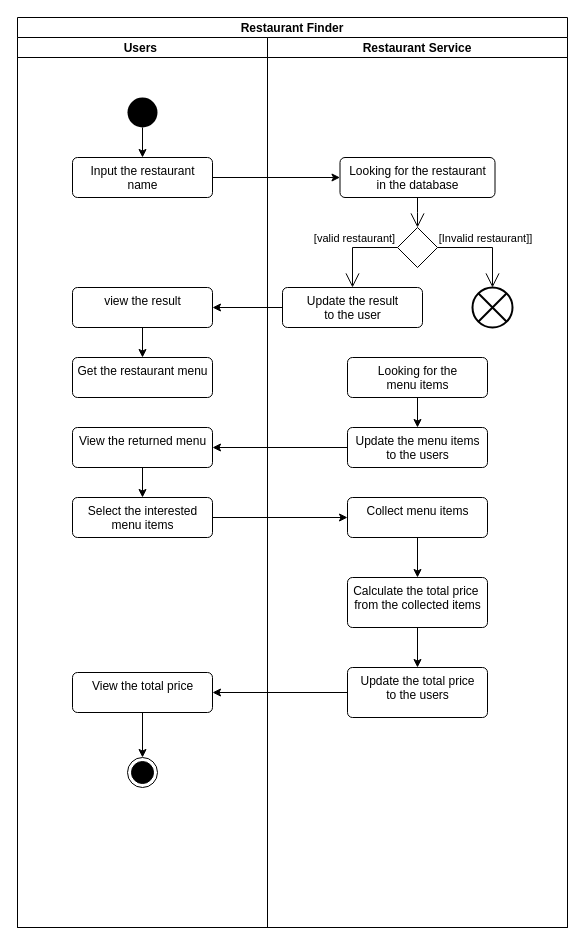
This is Activity Diagram - Restaurant finder.drawio from upgrad-edu/Courses, a draw.io file, before an edit. Source tidied: cells renumbered, new cells numbered last; positions are measured from the earlier drawing's top-left corner, leaving out a move shared by most shapes. Both pictures are drawn from the tidied source at 100%, with x=0, y=0 at pixel (17, 17).
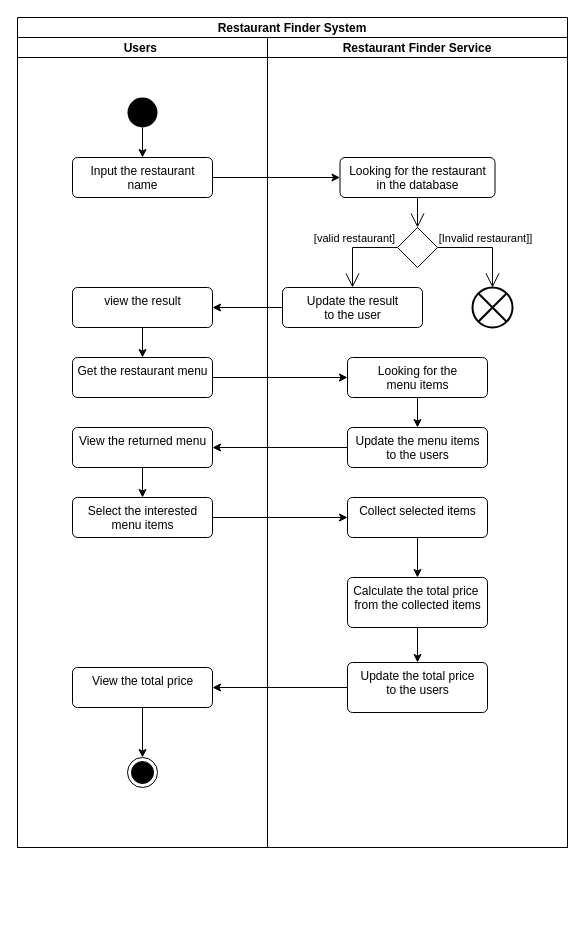
The same diagram, later.

Unchanged cells that the change refers to:
```xml
<mxCell id="9" value="Get the restaurant menu" style="html=1;align=center;verticalAlign=top;rounded=1;absoluteArcSize=1;arcSize=10;dashed=0;" parent="3" vertex="1">
  <mxGeometry x="55" y="320" width="140" height="40" as="geometry" />
</mxCell>
<mxCell id="25" value="Looking for the &lt;br&gt;menu items" style="html=1;align=center;verticalAlign=top;rounded=1;absoluteArcSize=1;arcSize=10;dashed=0;" parent="16" vertex="1">
  <mxGeometry x="80" y="320" width="140" height="40" as="geometry" />
</mxCell>
```

The edit, as a diff of the source:
```diff
@@
-    <mxCell id="2" value="Restaurant Finder" style="swimlane;startSize=20;" parent="1" vertex="1">
-      <mxGeometry width="550" height="910" as="geometry" />
+    <mxCell id="2" value="Restaurant Finder System" style="swimlane;startSize=20;" parent="1" vertex="1">
+      <mxGeometry width="550" height="830" as="geometry" />
     </mxCell>
     <mxCell id="3" value="Users " style="swimlane;startSize=20;" parent="2" vertex="1">
-      <mxGeometry y="20" width="250" height="890" as="geometry" />
+      <mxGeometry y="20" width="250" height="810" as="geometry" />
     </mxCell>
@@
     <mxCell id="14" value="View the total price" style="html=1;align=center;verticalAlign=top;rounded=1;absoluteArcSize=1;arcSize=10;dashed=0;" parent="3" vertex="1">
-      <mxGeometry x="55" y="635" width="140" height="40" as="geometry" />
+      <mxGeometry x="55" y="630" width="140" height="40" as="geometry" />
     </mxCell>
@@
-    <mxCell id="16" value="Restaurant Service" style="swimlane;startSize=20;" parent="2" vertex="1">
-      <mxGeometry x="250" y="20" width="300" height="890" as="geometry" />
+    <mxCell id="16" value="Restaurant Finder Service" style="swimlane;startSize=20;" parent="2" vertex="1">
+      <mxGeometry x="250" y="20" width="300" height="810" as="geometry" />
     </mxCell>
@@
-    <mxCell id="28" value="Collect menu items" style="html=1;align=center;verticalAlign=top;rounded=1;absoluteArcSize=1;arcSize=10;dashed=0;" parent="16" vertex="1">
+    <mxCell id="28" value="Collect selected items" style="html=1;align=center;verticalAlign=top;rounded=1;absoluteArcSize=1;arcSize=10;dashed=0;" parent="16" vertex="1">
       <mxGeometry x="80" y="460" width="140" height="40" as="geometry" />
     </mxCell>
@@
     <mxCell id="31" value="Update the total price&lt;br&gt;to the users" style="html=1;align=center;verticalAlign=top;rounded=1;absoluteArcSize=1;arcSize=10;dashed=0;" parent="16" vertex="1">
-      <mxGeometry x="80" y="630" width="140" height="50" as="geometry" />
+      <mxGeometry x="80" y="625" width="140" height="50" as="geometry" />
     </mxCell>
@@
+    <mxCell id="37" style="edgeStyle=orthogonalEdgeStyle;rounded=0;jettySize=auto;html=1;" parent="2" edge="1" source="9" target="25">
+      <mxGeometry relative="1" as="geometry" />
+    </mxCell>
```
